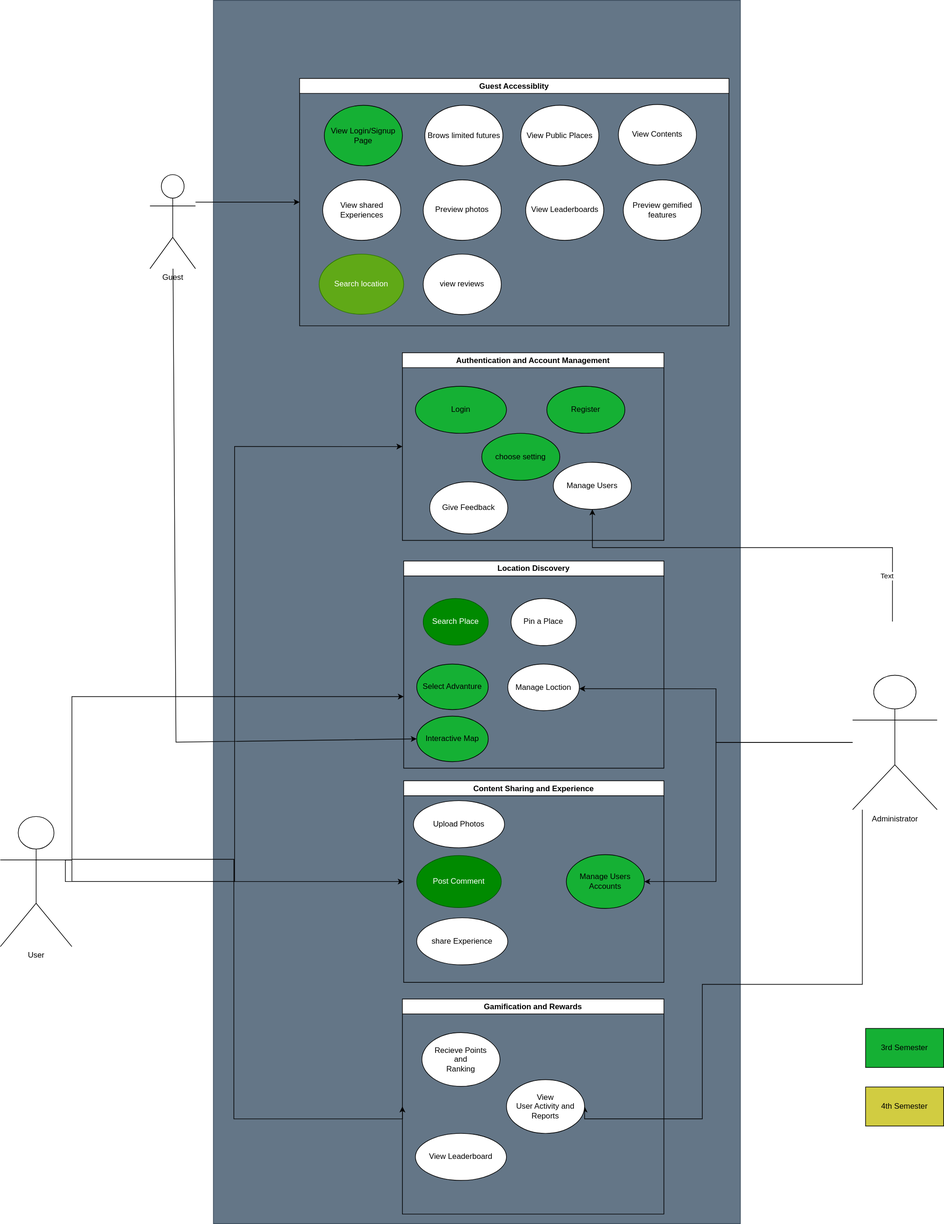
The draw.io diagram Diagram/UseCaseDiagram/UseCaseDiagram.svg in sarahelhnbaly/IDiscovery, before a commit. Source tidied: cells renumbered, new cells last; positions are measured from the earlier drawing's top-left corner, leaving out a move shared by most shapes.
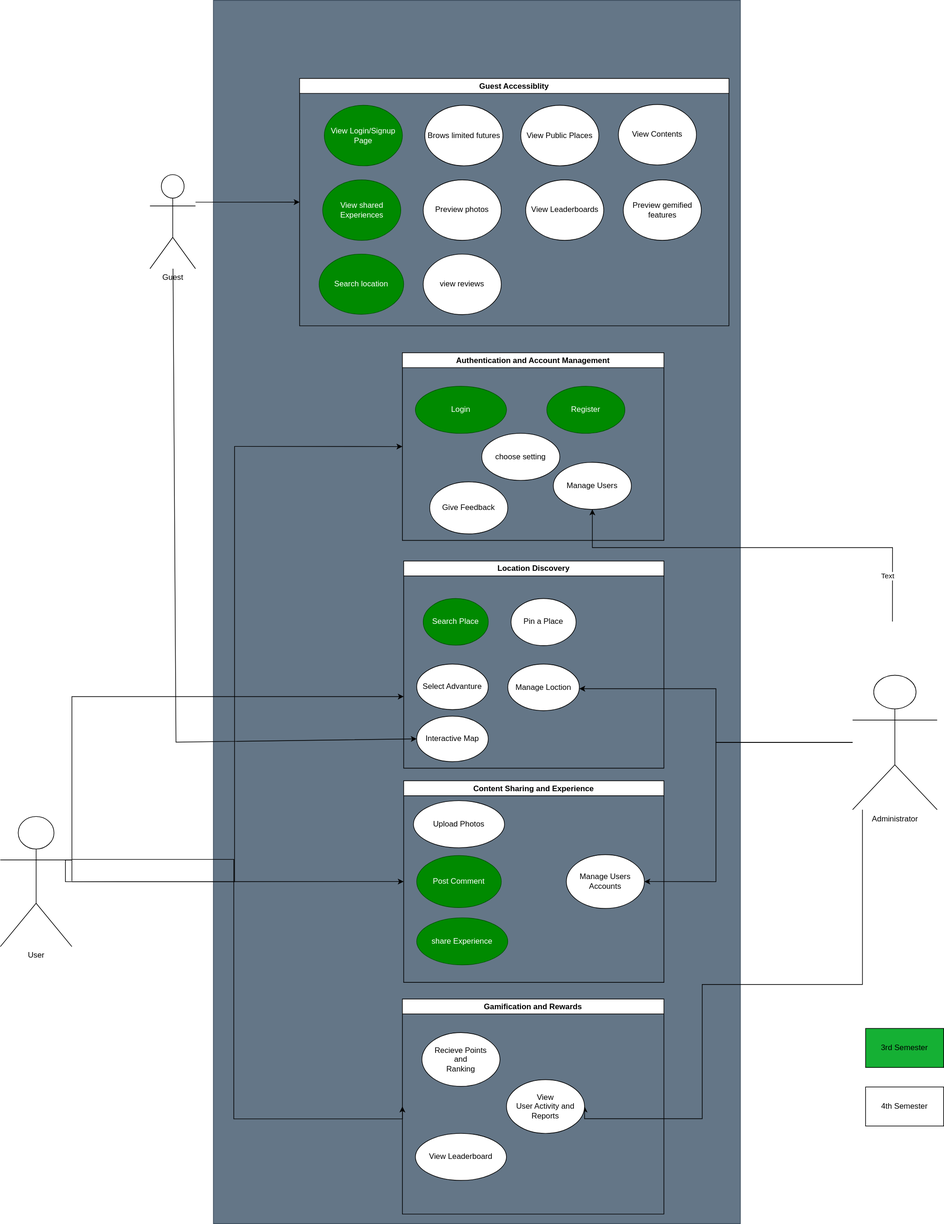
After the commit.

Commit message:
added use case diagrams and feature descriptions

What changed in the source:
```diff
@@ -56,16 +56,16 @@
     <mxCell id="11" value="Authentication and Account Management" style="swimlane;" parent="1" vertex="1">
       <mxGeometry x="618" y="541.5" width="402" height="288.5" as="geometry" />
     </mxCell>
-    <mxCell id="12" value="Register" style="ellipse;whiteSpace=wrap;html=1;fillColor=#15B034;" parent="11" vertex="1">
+    <mxCell id="12" value="Register" style="ellipse;whiteSpace=wrap;html=1;fillColor=#008a00;fontColor=#ffffff;strokeColor=#005700;" parent="11" vertex="1">
       <mxGeometry x="222" y="51.6" width="120" height="72.3" as="geometry" />
     </mxCell>
-    <mxCell id="13" value="Login" style="ellipse;whiteSpace=wrap;html=1;fillColor=#15B034;" parent="11" vertex="1">
+    <mxCell id="13" value="Login" style="ellipse;whiteSpace=wrap;html=1;fillColor=#008a00;fontColor=#ffffff;strokeColor=#005700;" parent="11" vertex="1">
       <mxGeometry x="20" y="51.6" width="140" height="72.3" as="geometry" />
     </mxCell>
     <mxCell id="14" value="&lt;div&gt;&lt;/div&gt;Manage Users" style="ellipse;whiteSpace=wrap;html=1;verticalAlign=middle;" parent="11" vertex="1">
       <mxGeometry x="232" y="168.5" width="120" height="72.3" as="geometry" />
     </mxCell>
-    <mxCell id="15" value="choose setting&lt;div&gt;&lt;/div&gt;" style="ellipse;whiteSpace=wrap;html=1;verticalAlign=middle;fillColor=#15B034;" parent="11" vertex="1">
+    <mxCell id="15" value="choose setting&lt;div&gt;&lt;/div&gt;" style="ellipse;whiteSpace=wrap;html=1;verticalAlign=middle;" parent="11" vertex="1">
       <mxGeometry x="122" y="123.9" width="120" height="72.3" as="geometry" />
     </mxCell>
     <mxCell id="16" value="Content Sharing and Experience" style="swimlane;" parent="1" vertex="1">
@@ -74,10 +74,10 @@
     <mxCell id="17" value="Upload Photos" style="ellipse;whiteSpace=wrap;html=1;" parent="16" vertex="1">
       <mxGeometry x="15" y="30.6" width="140" height="72.3" as="geometry" />
     </mxCell>
-    <mxCell id="18" value="share Experience" style="ellipse;whiteSpace=wrap;html=1;" parent="16" vertex="1">
+    <mxCell id="18" value="share Experience" style="ellipse;whiteSpace=wrap;html=1;fillColor=#008a00;fontColor=#ffffff;strokeColor=#005700;" parent="16" vertex="1">
       <mxGeometry x="20" y="210.6" width="140" height="72.3" as="geometry" />
     </mxCell>
-    <mxCell id="19" value="Manage Users Accounts" style="ellipse;whiteSpace=wrap;html=1;fillColor=#15B034;" parent="16" vertex="1">
+    <mxCell id="19" value="Manage Users Accounts" style="ellipse;whiteSpace=wrap;html=1;" parent="16" vertex="1">
       <mxGeometry x="250" y="113.6" width="120" height="82.6" as="geometry" />
     </mxCell>
     <mxCell id="20" value="Post Comment" style="ellipse;whiteSpace=wrap;html=1;fillColor=#008a00;fontColor=#ffffff;strokeColor=#005700;" parent="16" vertex="1">
@@ -101,7 +101,7 @@
     <mxCell id="26" value="Guest Accessiblity" style="swimlane;" parent="1" vertex="1">
       <mxGeometry x="460" y="120" width="660" height="380.2" as="geometry" />
     </mxCell>
-    <mxCell id="27" value="View Login/Signup Page" style="ellipse;whiteSpace=wrap;html=1;fillColor=#15B034;" parent="26" vertex="1">
+    <mxCell id="27" value="View Login/Signup Page" style="ellipse;whiteSpace=wrap;html=1;fillColor=#008a00;fontColor=#ffffff;strokeColor=#005700;" parent="26" vertex="1">
       <mxGeometry x="38" y="41.3" width="120" height="93" as="geometry" />
     </mxCell>
     <mxCell id="28" value="Brows limited futures&lt;span style=&quot;color: rgba(0, 0, 0, 0); font-family: monospace; font-size: 0px; text-align: start; text-wrap: nowrap;&quot;&gt;%3CmxGraphModel%3E%3Croot%3E%3CmxCell%20id%3D%220%22%2F%3E%3CmxCell%20id%3D%221%22%20parent%3D%220%22%2F%3E%3CmxCell%20id%3D%222%22%20value%3D%22View%20Login%2FSignup%20Page%22%20style%3D%22ellipse%3BwhiteSpace%3Dwrap%3Bhtml%3D1%3B%22%20vertex%3D%221%22%20parent%3D%221%22%3E%3CmxGeometry%20x%3D%22-282%22%20y%3D%22-1020%22%20width%3D%22120%22%20height%3D%2290%22%20as%3D%22geometry%22%2F%3E%3C%2FmxCell%3E%3C%2Froot%3E%3C%2FmxGraphModel%3E&lt;/span&gt;" style="ellipse;whiteSpace=wrap;html=1;" parent="26" vertex="1">
@@ -110,7 +110,7 @@
     <mxCell id="29" value="View Public Places" style="ellipse;whiteSpace=wrap;html=1;" parent="26" vertex="1">
       <mxGeometry x="340" y="41.3" width="120" height="93" as="geometry" />
     </mxCell>
-    <mxCell id="30" value="View shared Experiences" style="ellipse;whiteSpace=wrap;html=1;" parent="26" vertex="1">
+    <mxCell id="30" value="View shared Experiences" style="ellipse;whiteSpace=wrap;html=1;fillColor=#008a00;fontColor=#ffffff;strokeColor=#005700;" parent="26" vertex="1">
       <mxGeometry x="35.5" y="155.9" width="120" height="93" as="geometry" />
     </mxCell>
     <mxCell id="31" value="Preview photos" style="ellipse;whiteSpace=wrap;html=1;" parent="26" vertex="1">
@@ -137,7 +137,7 @@
     <mxCell id="38" value="&lt;br&gt;&lt;div&gt;View &lt;br&gt;&lt;/div&gt;&lt;div&gt;User Activity and Reports&lt;br&gt;&lt;/div&gt;&lt;div&gt;&lt;br/&gt;&lt;/div&gt;" style="ellipse;whiteSpace=wrap;html=1;" parent="35" vertex="1">
       <mxGeometry x="160" y="123.9" width="120" height="82.6" as="geometry" />
     </mxCell>
-    <mxCell id="39" value="4th Semester" style="rounded=0;whiteSpace=wrap;html=1;fillColor=#D1CC41;" parent="1" vertex="1">
+    <mxCell id="39" value="4th Semester" style="rounded=0;whiteSpace=wrap;html=1;" parent="1" vertex="1">
       <mxGeometry x="1330" y="1670" width="120" height="60" as="geometry" />
     </mxCell>
     <mxCell id="40" value="3rd Semester" style="rounded=0;whiteSpace=wrap;html=1;fillColor=#15B034;" parent="1" vertex="1">
@@ -170,7 +170,7 @@
         </Array>
       </mxGeometry>
     </mxCell>
-    <mxCell id="45" value="Select Advanture" style="ellipse;whiteSpace=wrap;html=1;fillColor=#15B034;" parent="1" vertex="1">
+    <mxCell id="45" value="Select Advanture" style="ellipse;whiteSpace=wrap;html=1;" parent="1" vertex="1">
       <mxGeometry x="640" y="1020" width="110" height="70" as="geometry" />
     </mxCell>
     <mxCell id="46" style="endArrow=classic;html=1;rounded=0;" parent="1" edge="1">
@@ -182,7 +182,7 @@
         </Array>
       </mxGeometry>
     </mxCell>
-    <mxCell id="47" value="Interactive Map" style="ellipse;whiteSpace=wrap;html=1;fillColor=#15B034;" parent="1" vertex="1">
+    <mxCell id="47" value="Interactive Map" style="ellipse;whiteSpace=wrap;html=1;" parent="1" vertex="1">
       <mxGeometry x="640" y="1100" width="110" height="70" as="geometry" />
     </mxCell>
     <mxCell id="48" style="endArrow=classic;html=1;rounded=0;entryX=0;entryY=0.5;entryDx=0;entryDy=0;" parent="1" edge="1" source="10" target="47">
@@ -195,7 +195,7 @@
     <mxCell id="49" value="Give Feedback" style="ellipse;whiteSpace=wrap;html=1;" parent="1" vertex="1">
       <mxGeometry x="660" y="740" width="120" height="80" as="geometry" />
     </mxCell>
-    <mxCell id="50" value="Search location" style="ellipse;whiteSpace=wrap;html=1;fillColor=#60a917;fontColor=#ffffff;strokeColor=#2D7600;" parent="1" vertex="1">
+    <mxCell id="50" value="Search location" style="ellipse;whiteSpace=wrap;html=1;fillColor=#008a00;fontColor=#ffffff;strokeColor=#005700;" parent="1" vertex="1">
       <mxGeometry x="490" y="390" width="130" height="92.4" as="geometry" />
     </mxCell>
     <mxCell id="51" value="View Contents" style="ellipse;whiteSpace=wrap;html=1;" parent="1" vertex="1">
```
